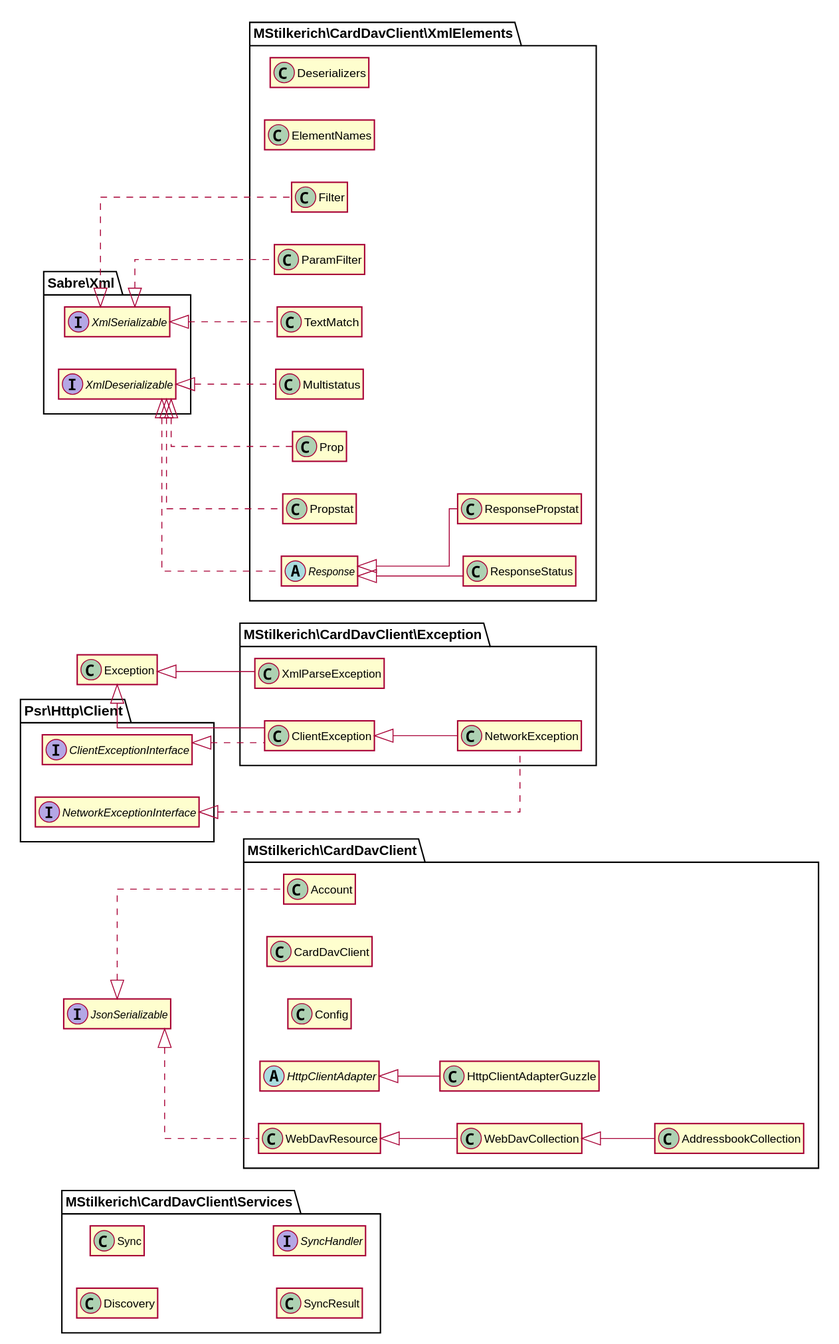
This is graphs/classes.svg from mstilkerich/carddavclient, a PlantUML export, as it was before one commit. The source it was exported from:
```plantuml
@startuml

skinparam shadowing false
skinparam linetype ortho
hide empty members
left to right direction
set namespaceSeparator \\


class \\MStilkerich\\CardDavClient\\Account implements \\JsonSerializable {
}

class \\MStilkerich\\CardDavClient\\AddressbookCollection extends \\MStilkerich\\CardDavClient\\WebDavCollection {
}

class \\MStilkerich\\CardDavClient\\CardDavClient {
}

class \\MStilkerich\\CardDavClient\\Config {
}

abstract class \\MStilkerich\\CardDavClient\\HttpClientAdapter {
}

class \\MStilkerich\\CardDavClient\\HttpClientAdapterGuzzle extends \\MStilkerich\\CardDavClient\\HttpClientAdapter {
}

class \\MStilkerich\\CardDavClient\\WebDavCollection extends \\MStilkerich\\CardDavClient\\WebDavResource {
}

class \\MStilkerich\\CardDavClient\\WebDavResource implements \\JsonSerializable {
}

class \\MStilkerich\\CardDavClient\\Exception\\ClientException extends \\Exception implements \\Psr\\Http\\Client\\ClientExceptionInterface {
}

class \\MStilkerich\\CardDavClient\\Exception\\NetworkException extends \\MStilkerich\\CardDavClient\\Exception\\ClientException implements \\Psr\\Http\\Client\\NetworkExceptionInterface {
}

class \\MStilkerich\\CardDavClient\\Exception\\XmlParseException extends \\Exception {
}

class \\MStilkerich\\CardDavClient\\Services\\Discovery {
}

class \\MStilkerich\\CardDavClient\\Services\\Sync {
}

class \\MStilkerich\\CardDavClient\\Services\\SyncResult {
}

interface \\MStilkerich\\CardDavClient\\Services\\SyncHandler {
}

class \\MStilkerich\\CardDavClient\\XmlElements\\Deserializers {
}

class \\MStilkerich\\CardDavClient\\XmlElements\\ElementNames {
}

class \\MStilkerich\\CardDavClient\\XmlElements\\Filter implements \\Sabre\\Xml\\XmlSerializable {
}

class \\MStilkerich\\CardDavClient\\XmlElements\\Multistatus implements \\Sabre\\Xml\\XmlDeserializable {
}

class \\MStilkerich\\CardDavClient\\XmlElements\\ParamFilter implements \\Sabre\\Xml\\XmlSerializable {
}

class \\MStilkerich\\CardDavClient\\XmlElements\\Prop implements \\Sabre\\Xml\\XmlDeserializable {
}

class \\MStilkerich\\CardDavClient\\XmlElements\\Propstat implements \\Sabre\\Xml\\XmlDeserializable {
}

abstract class \\MStilkerich\\CardDavClient\\XmlElements\\Response implements \\Sabre\\Xml\\XmlDeserializable {
}

class \\MStilkerich\\CardDavClient\\XmlElements\\ResponsePropstat extends \\MStilkerich\\CardDavClient\\XmlElements\\Response {
}

class \\MStilkerich\\CardDavClient\\XmlElements\\ResponseStatus extends \\MStilkerich\\CardDavClient\\XmlElements\\Response {
}

class \\MStilkerich\\CardDavClient\\XmlElements\\TextMatch implements \\Sabre\\Xml\\XmlSerializable {
}


@enduml
```
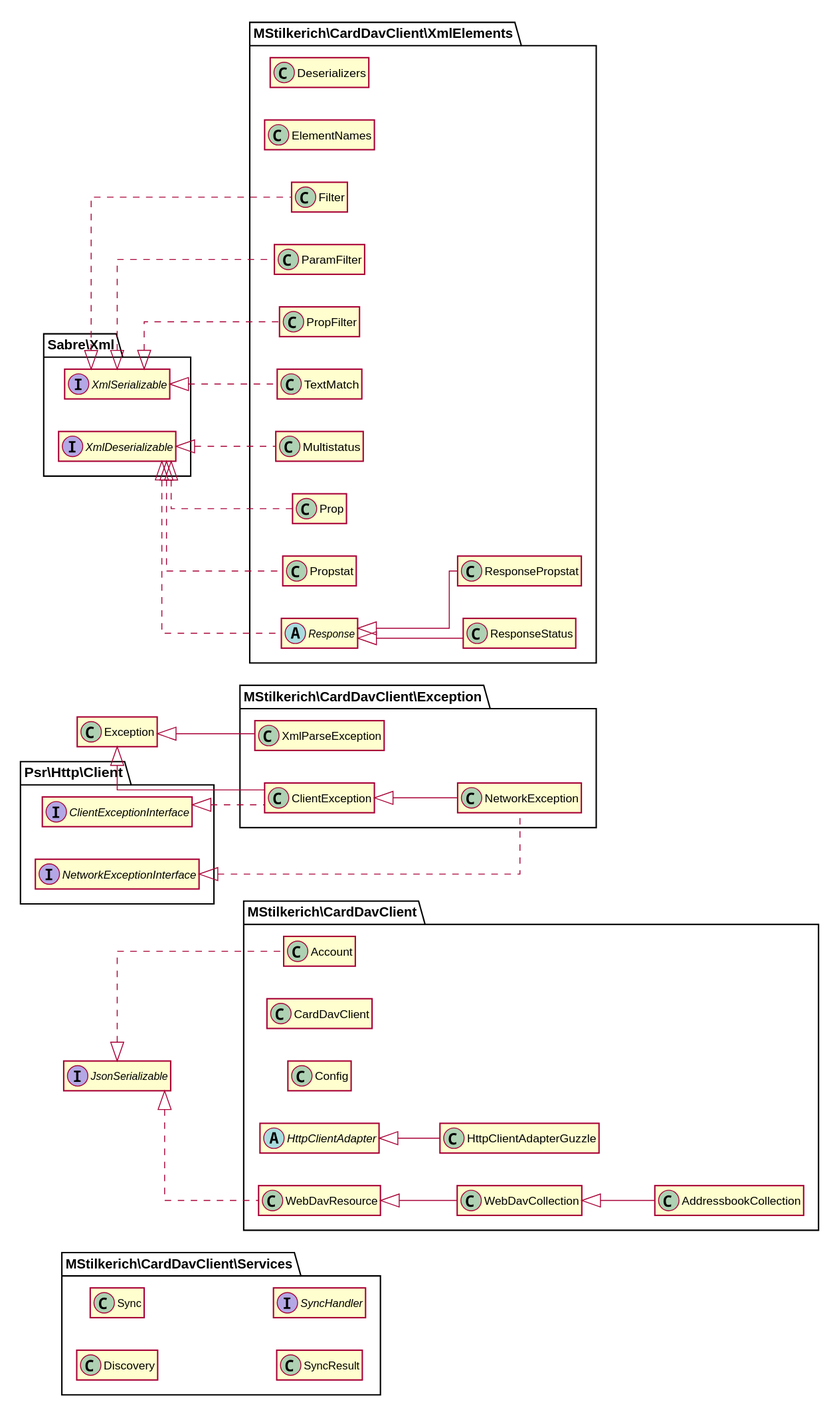
Above is the later version.

What changed in the source:
```diff
@@ -70,6 +70,9 @@
 class \\MStilkerich\\CardDavClient\\XmlElements\\Prop implements \\Sabre\\Xml\\XmlDeserializable {
 }
 
+class \\MStilkerich\\CardDavClient\\XmlElements\\PropFilter implements \\Sabre\\Xml\\XmlSerializable {
+}
+
 class \\MStilkerich\\CardDavClient\\XmlElements\\Propstat implements \\Sabre\\Xml\\XmlDeserializable {
 }
 
```
